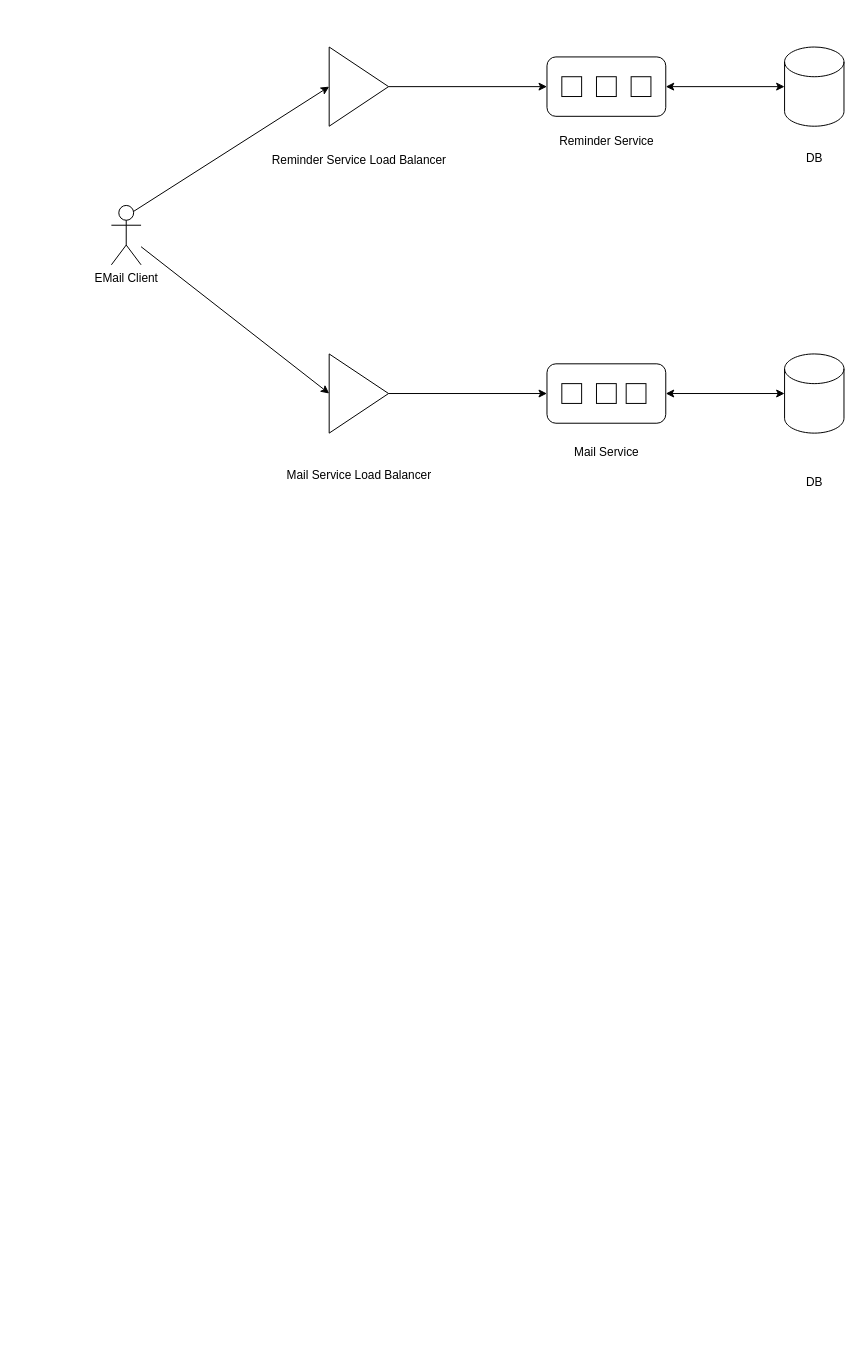
The draw.io diagram Interview/Personio.drawio in ashwiniadlakha/draw_io, before the edit. Source tidied: cells renumbered, new cells numbered last; positions are measured from the earlier drawing's top-left corner, leaving out a move shared by most shapes. Both pictures are drawn from the tidied source at 99%, with x=0, y=0 at pixel (111, 47).
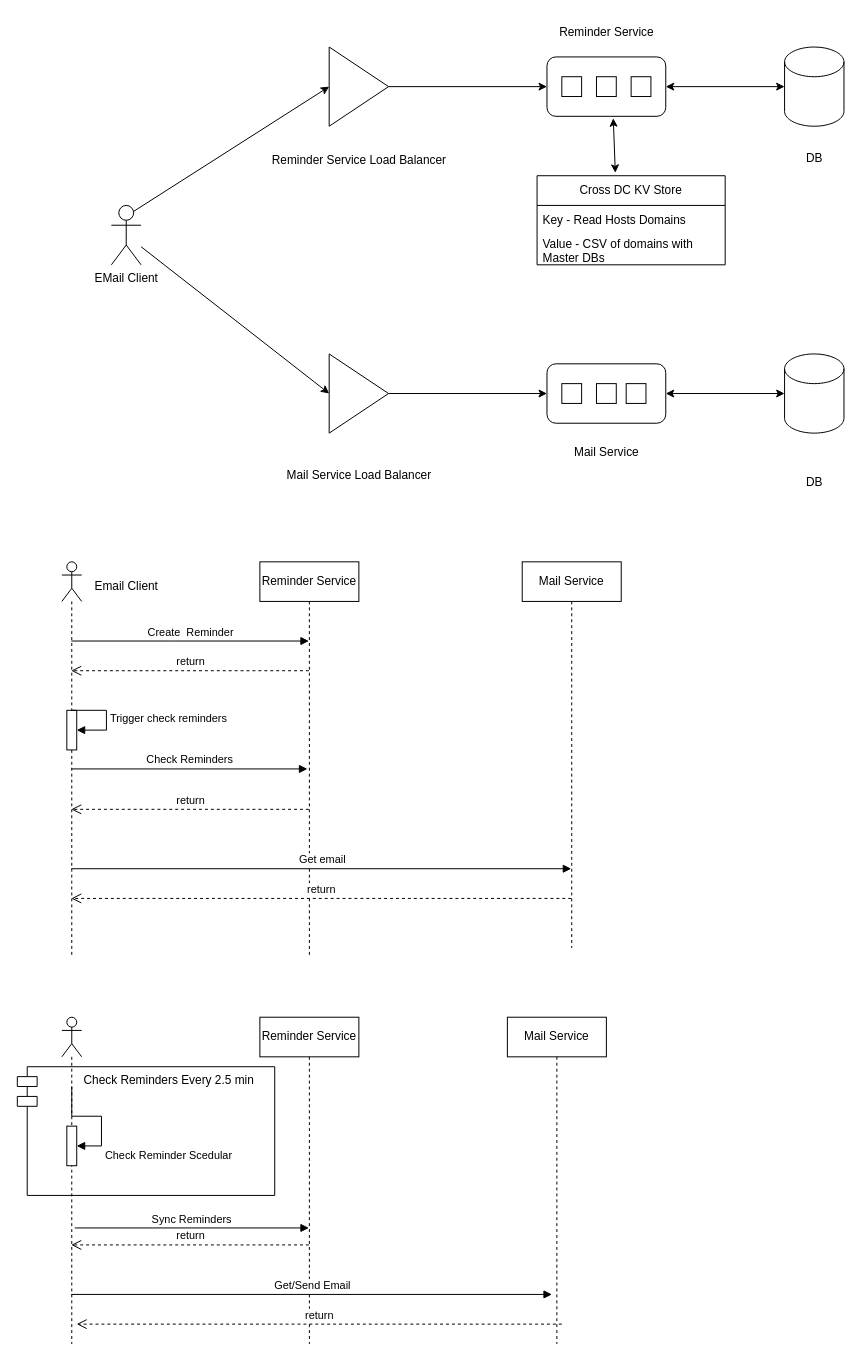
The same page after the edit.

The change refers to these unchanged cells:
```xml
<mxCell id="7" style="rounded=1;whiteSpace=wrap;html=1;" parent="1" vertex="1">
  <mxGeometry x="440" y="10" width="120" height="60" as="geometry" />
</mxCell>
```

What changed in the source:
```diff
@@
     <mxCell id="11" value="Reminder Service" style="text;html=1;align=center;verticalAlign=middle;strokeColor=none;fillColor=none;" parent="1" vertex="1">
-      <mxGeometry x="440" y="80" width="120" height="30" as="geometry" />
+      <mxGeometry x="440" y="-30" width="120" height="30" as="geometry" />
     </mxCell>
@@
+    <mxCell id="27" style="endArrow=classic;startArrow=classic;html=1;rounded=0;entryX=0.558;entryY=1.033;entryDx=0;entryDy=0;exitX=0.416;exitY=-0.033;exitDx=0;exitDy=0;entryPerimeter=0;exitPerimeter=0;" parent="1" edge="1" source="28" target="7">
+      <mxGeometry relative="1" as="geometry" />
+    </mxCell>
+    <mxCell id="28" value="Cross DC KV Store" style="swimlane;fontStyle=0;horizontal=1;startSize=30;whiteSpace=wrap;html=1;" parent="1" vertex="1">
+      <mxGeometry x="430" y="130" width="190" height="90" as="geometry" />
+    </mxCell>
+    <mxCell id="29" value="Key - Read Hosts Domains" style="text;strokeColor=none;fillColor=none;align=left;verticalAlign=middle;spacingLeft=4;spacingRight=4;overflow=hidden;whiteSpace=wrap;html=1;" parent="28" vertex="1">
+      <mxGeometry y="30" width="190" height="30" as="geometry" />
+    </mxCell>
+    <mxCell id="30" value="Value - CSV of domains with Master DBs" style="text;strokeColor=none;fillColor=none;align=left;verticalAlign=middle;spacingLeft=4;spacingRight=4;overflow=hidden;whiteSpace=wrap;html=1;" parent="28" vertex="1">
+      <mxGeometry y="60" width="190" height="30" as="geometry" />
+    </mxCell>
+    <mxCell id="31" style="shape=umlLifeline;perimeter=lifelinePerimeter;whiteSpace=wrap;html=1;outlineConnect=0;portConstraint=eastwest;newEdgeStyle={&quot;curved&quot;:0,&quot;rounded&quot;:0};participant=umlActor;" parent="1" vertex="1">
+      <mxGeometry x="-50" y="520" width="20" height="400" as="geometry" />
+    </mxCell>
+    <mxCell id="32" style="html=1;points=[[0,0,0,0,5],[0,1,0,0,-5],[1,0,0,0,5],[1,1,0,0,-5]];perimeter=orthogonalPerimeter;outlineConnect=0;targetShapes=umlLifeline;portConstraint=eastwest;newEdgeStyle={&quot;curved&quot;:0,&quot;rounded&quot;:0};" parent="31" vertex="1">
+      <mxGeometry x="5" y="150" width="10" height="40" as="geometry" />
+    </mxCell>
+    <mxCell id="33" value="Trigger check reminders" style="html=1;align=left;spacingLeft=2;endArrow=block;rounded=0;edgeStyle=orthogonalEdgeStyle;curved=0;rounded=0;" parent="31" edge="1" source="31" target="32">
+      <mxGeometry relative="1" as="geometry">
+        <Array as="points">
+          <mxPoint x="45" y="150" />
+          <mxPoint x="45" y="170" />
+        </Array>
+      </mxGeometry>
+    </mxCell>
+    <mxCell id="34" value="Reminder Service" style="shape=umlLifeline;perimeter=lifelinePerimeter;whiteSpace=wrap;html=1;outlineConnect=0;portConstraint=eastwest;newEdgeStyle={&quot;curved&quot;:0,&quot;rounded&quot;:0};" parent="1" vertex="1">
+      <mxGeometry x="150" y="520" width="100" height="400" as="geometry" />
+    </mxCell>
+    <mxCell id="35" value="Mail Service" style="shape=umlLifeline;perimeter=lifelinePerimeter;whiteSpace=wrap;html=1;newEdgeStyle={&quot;curved&quot;:0,&quot;rounded&quot;:0};" parent="1" vertex="1">
+      <mxGeometry x="415" y="520" width="100" height="390" as="geometry" />
+    </mxCell>
+    <mxCell id="36" value="Create&amp;nbsp; Reminder" style="html=1;verticalAlign=bottom;endArrow=block;curved=0;rounded=0;" parent="1" edge="1" source="31" target="34">
+      <mxGeometry relative="1" as="geometry">
+        <Array as="points">
+          <mxPoint x="60" y="600" />
+        </Array>
+      </mxGeometry>
+    </mxCell>
+    <mxCell id="37" value="return" style="html=1;verticalAlign=bottom;endArrow=open;dashed=1;endSize=8;curved=0;rounded=0;" parent="1" edge="1">
+      <mxGeometry relative="1" as="geometry">
+        <mxPoint x="199.5" y="630" as="sourcePoint" />
+        <mxPoint x="-40.5" y="630" as="targetPoint" />
+      </mxGeometry>
+    </mxCell>
+    <mxCell id="38" value="Check Reminders" style="html=1;verticalAlign=bottom;endArrow=block;curved=0;rounded=0;entryX=0.48;entryY=0.523;entryDx=0;entryDy=0;entryPerimeter=0;" parent="1" edge="1" source="31" target="34">
+      <mxGeometry relative="1" as="geometry" />
+    </mxCell>
+    <mxCell id="39" value="return" style="html=1;verticalAlign=bottom;endArrow=open;dashed=1;endSize=8;curved=0;rounded=0;" parent="1" edge="1">
+      <mxGeometry relative="1" as="geometry">
+        <mxPoint x="199.5" y="770" as="sourcePoint" />
+        <mxPoint x="-40.5" y="770" as="targetPoint" />
+      </mxGeometry>
+    </mxCell>
+    <mxCell id="40" value="Get email" style="html=1;verticalAlign=bottom;endArrow=block;curved=0;rounded=0;" parent="1" edge="1">
+      <mxGeometry relative="1" as="geometry">
+        <mxPoint x="-40.5" y="830" as="sourcePoint" />
+        <mxPoint x="464.5" y="830" as="targetPoint" />
+      </mxGeometry>
+    </mxCell>
+    <mxCell id="41" value="return" style="html=1;verticalAlign=bottom;endArrow=open;dashed=1;endSize=8;curved=0;rounded=0;" parent="1" edge="1">
+      <mxGeometry relative="1" as="geometry">
+        <mxPoint x="464.5" y="860" as="sourcePoint" />
+        <mxPoint x="-40.5" y="860" as="targetPoint" />
+      </mxGeometry>
+    </mxCell>
+    <mxCell id="42" value="Email Client" style="text;html=1;align=center;verticalAlign=middle;strokeColor=none;fillColor=none;" parent="1" vertex="1">
+      <mxGeometry x="-30" y="530" width="90" height="30" as="geometry" />
+    </mxCell>
+    <mxCell id="43" value="Reminder Service" style="shape=umlLifeline;perimeter=lifelinePerimeter;whiteSpace=wrap;html=1;outlineConnect=0;portConstraint=eastwest;newEdgeStyle={&quot;curved&quot;:0,&quot;rounded&quot;:0};" parent="1" vertex="1">
+      <mxGeometry x="150" y="980" width="100" height="330" as="geometry" />
+    </mxCell>
+    <mxCell id="44" value="&amp;nbsp; &amp;nbsp; &amp;nbsp; &amp;nbsp; Check Reminders Every 2.5 min" style="shape=module;align=left;spacingLeft=20;align=center;verticalAlign=top;whiteSpace=wrap;html=1;" parent="1" vertex="1">
+      <mxGeometry x="-95" y="1030" width="260" height="130" as="geometry" />
+    </mxCell>
+    <mxCell id="45" value="Mail Service" style="shape=umlLifeline;perimeter=lifelinePerimeter;whiteSpace=wrap;html=1;newEdgeStyle={&quot;curved&quot;:0,&quot;rounded&quot;:0};" parent="1" vertex="1">
+      <mxGeometry x="400" y="980" width="100" height="330" as="geometry" />
+    </mxCell>
+    <mxCell id="46" style="shape=umlLifeline;perimeter=lifelinePerimeter;whiteSpace=wrap;html=1;outlineConnect=0;portConstraint=eastwest;newEdgeStyle={&quot;curved&quot;:0,&quot;rounded&quot;:0};participant=umlActor;" parent="1" vertex="1">
+      <mxGeometry x="-50" y="980" width="20" height="330" as="geometry" />
+    </mxCell>
+    <mxCell id="47" style="html=1;points=[[0,0,0,0,5],[0,1,0,0,-5],[1,0,0,0,5],[1,1,0,0,-5]];perimeter=orthogonalPerimeter;outlineConnect=0;targetShapes=umlLifeline;portConstraint=eastwest;newEdgeStyle={&quot;curved&quot;:0,&quot;rounded&quot;:0};" parent="46" vertex="1">
+      <mxGeometry x="5" y="110" width="10" height="40" as="geometry" />
+    </mxCell>
+    <mxCell id="48" value="Check Reminder Scedular" style="html=1;align=left;spacingLeft=2;endArrow=block;rounded=0;edgeStyle=orthogonalEdgeStyle;curved=0;rounded=0;" parent="46" edge="1" target="47">
+      <mxGeometry x="0.57" y="10" relative="1" as="geometry">
+        <mxPoint x="10" y="70" as="sourcePoint" />
+        <Array as="points">
+          <mxPoint x="40" y="100" />
+        </Array>
+      </mxGeometry>
+    </mxCell>
+    <mxCell id="49" value="Sync Reminders" style="html=1;verticalAlign=bottom;endArrow=block;curved=0;rounded=0;exitX=0.65;exitY=0.645;exitDx=0;exitDy=0;exitPerimeter=0;" parent="1" edge="1" source="46" target="43">
+      <mxGeometry relative="1" as="geometry" />
+    </mxCell>
+    <mxCell id="50" value="return" style="html=1;verticalAlign=bottom;endArrow=open;dashed=1;endSize=8;curved=0;rounded=0;" parent="1" edge="1" source="43" target="46">
+      <mxGeometry relative="1" as="geometry">
+        <Array as="points">
+          <mxPoint x="90" y="1210" />
+        </Array>
+      </mxGeometry>
+    </mxCell>
+    <mxCell id="51" value="Get/Send Email" style="html=1;verticalAlign=bottom;endArrow=block;curved=0;rounded=0;" parent="1" edge="1" source="46">
+      <mxGeometry relative="1" as="geometry">
+        <mxPoint x="445" y="1260" as="targetPoint" />
+      </mxGeometry>
+    </mxCell>
+    <mxCell id="52" value="return" style="html=1;verticalAlign=bottom;endArrow=open;dashed=1;endSize=8;curved=0;rounded=0;" parent="1" edge="1">
+      <mxGeometry relative="1" as="geometry">
+        <mxPoint x="455" y="1290" as="sourcePoint" />
+        <mxPoint x="-35" y="1290" as="targetPoint" />
+      </mxGeometry>
+    </mxCell>
```
